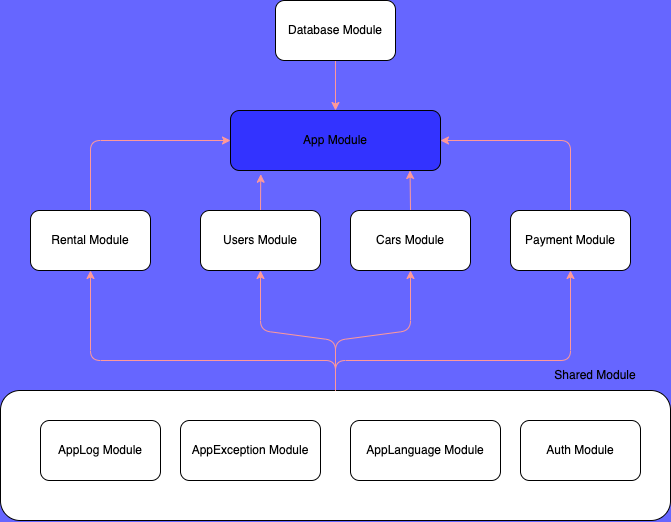
Before: ModuleArchitecture.drawio.png, a diagram exported from draw.io (vnbrew/quynd-car-rent-nestjs). Source tidied: cells renumbered, new cells last; positions are measured from the earlier drawing's top-left corner, leaving out a move shared by most shapes.
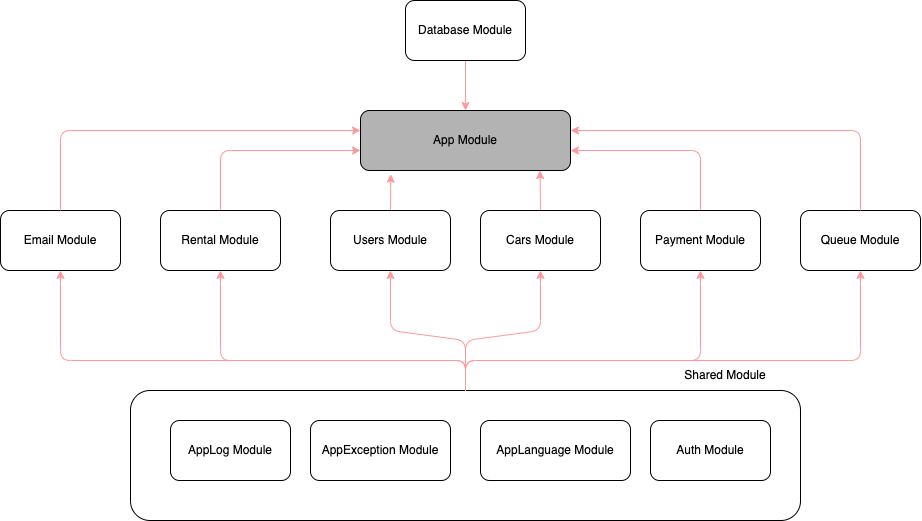
After the change.

Change to the diagram source:
```diff
@@ -1,8 +1,8 @@
-<mxGraphModel background="#6666FF" shadow="1">
+<mxGraphModel shadow="1">
   <root>
     <mxCell id="0" />
     <mxCell id="1" parent="0" />
-    <mxCell id="2" value="App Module" style="rounded=1;whiteSpace=wrap;html=1;fillColor=#3333FF;" parent="1" vertex="1">
+    <mxCell id="2" value="App Module" style="rounded=1;whiteSpace=wrap;html=1;fillColor=#B3B3B3;" parent="1" vertex="1">
       <mxGeometry x="230" y="140" width="210" height="60" as="geometry" />
     </mxCell>
     <mxCell id="3" style="edgeStyle=none;html=1;exitX=0.5;exitY=0;exitDx=0;exitDy=0;entryX=0.144;entryY=1.062;entryDx=0;entryDy=0;entryPerimeter=0;rounded=1;strokeColor=#FF9999;" parent="1" edge="1" source="4" target="2">
@@ -17,10 +17,11 @@
     <mxCell id="6" value="Cars Module" style="rounded=1;whiteSpace=wrap;html=1;" parent="1" vertex="1">
       <mxGeometry x="350" y="240" width="120" height="60" as="geometry" />
     </mxCell>
-    <mxCell id="7" style="edgeStyle=none;html=1;exitX=0.5;exitY=0;exitDx=0;exitDy=0;entryX=1;entryY=0.5;entryDx=0;entryDy=0;rounded=1;strokeColor=#FF9999;" parent="1" edge="1" source="8" target="2">
+    <mxCell id="7" style="edgeStyle=none;html=1;exitX=0.5;exitY=0;exitDx=0;exitDy=0;rounded=1;strokeColor=#FF9999;" parent="1" edge="1" source="8">
       <mxGeometry relative="1" as="geometry">
+        <mxPoint x="440" y="180" as="targetPoint" />
         <Array as="points">
-          <mxPoint x="570" y="170" />
+          <mxPoint x="570" y="180" />
         </Array>
       </mxGeometry>
     </mxCell>
@@ -42,10 +43,11 @@
         <mxPoint x="335" as="targetPoint" />
       </mxGeometry>
     </mxCell>
-    <mxCell id="12" style="edgeStyle=none;html=1;exitX=0.5;exitY=0;exitDx=0;exitDy=0;entryX=0;entryY=0.5;entryDx=0;entryDy=0;rounded=1;strokeColor=#FF9999;" parent="1" edge="1" source="13" target="2">
+    <mxCell id="12" style="edgeStyle=none;html=1;exitX=0.5;exitY=0;exitDx=0;exitDy=0;rounded=1;strokeColor=#FF9999;" parent="1" edge="1" source="13">
       <mxGeometry relative="1" as="geometry">
+        <mxPoint x="230" y="180" as="targetPoint" />
         <Array as="points">
-          <mxPoint x="90" y="170" />
+          <mxPoint x="90" y="180" />
         </Array>
       </mxGeometry>
     </mxCell>
@@ -108,5 +110,45 @@
         </Array>
       </mxGeometry>
     </mxCell>
+    <mxCell id="26" value="Queue Module" style="rounded=1;whiteSpace=wrap;html=1;" parent="1" vertex="1">
+      <mxGeometry x="670" y="240" width="120" height="60" as="geometry" />
+    </mxCell>
+    <mxCell id="27" value="Email Module" style="rounded=1;whiteSpace=wrap;html=1;" parent="1" vertex="1">
+      <mxGeometry x="-130" y="240" width="120" height="60" as="geometry" />
+    </mxCell>
+    <mxCell id="28" style="edgeStyle=none;html=1;entryX=0;entryY=0.5;entryDx=0;entryDy=0;rounded=1;strokeColor=#FF9999;exitX=0.5;exitY=0;exitDx=0;exitDy=0;" parent="1" edge="1" source="27">
+      <mxGeometry relative="1" as="geometry">
+        <mxPoint x="230" y="160" as="targetPoint" />
+        <Array as="points">
+          <mxPoint x="-70" y="160" />
+        </Array>
+      </mxGeometry>
+    </mxCell>
+    <mxCell id="29" style="edgeStyle=none;html=1;exitX=0.5;exitY=0;exitDx=0;exitDy=0;entryX=1;entryY=0.5;entryDx=0;entryDy=0;rounded=1;strokeColor=#FF9999;" parent="1" edge="1" source="26">
+      <mxGeometry relative="1" as="geometry">
+        <mxPoint x="440" y="160" as="targetPoint" />
+        <Array as="points">
+          <mxPoint x="730" y="160" />
+        </Array>
+      </mxGeometry>
+    </mxCell>
+    <mxCell id="30" style="edgeStyle=none;html=1;entryX=0.5;entryY=1;entryDx=0;entryDy=0;rounded=1;strokeColor=#FF9999;" parent="1" edge="1" target="26">
+      <mxGeometry relative="1" as="geometry">
+        <mxPoint x="335" y="419" as="sourcePoint" />
+        <Array as="points">
+          <mxPoint x="335" y="390" />
+          <mxPoint x="730" y="390" />
+        </Array>
+      </mxGeometry>
+    </mxCell>
+    <mxCell id="31" style="edgeStyle=none;html=1;exitX=0.5;exitY=0;exitDx=0;exitDy=0;entryX=0.5;entryY=1;entryDx=0;entryDy=0;rounded=1;strokeColor=#FF9999;" parent="1" edge="1" target="27">
+      <mxGeometry relative="1" as="geometry">
+        <mxPoint x="335" y="420" as="sourcePoint" />
+        <Array as="points">
+          <mxPoint x="335" y="390" />
+          <mxPoint x="-70" y="390" />
+        </Array>
+      </mxGeometry>
+    </mxCell>
   </root>
 </mxGraphModel>
```
